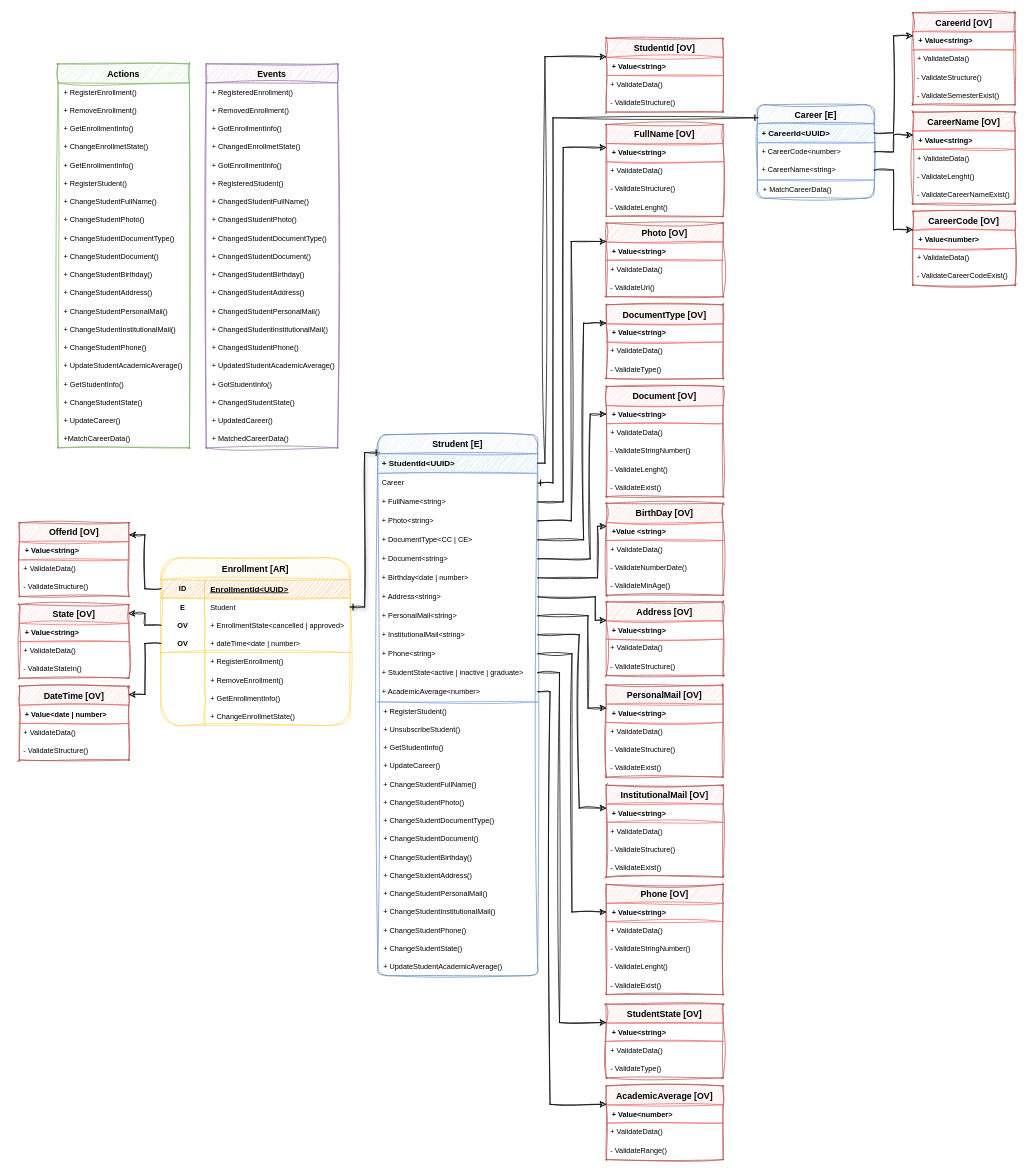
training-practice-sofkau/C1-2023-DDD-Colombia keeps this draw.io diagram as page "Enrollment <AR>" (3 of 5) of DDD University - Sofka.drawio. Above is the earlier version. Source tidied: cells renumbered, new cells numbered last; positions are measured from the earlier drawing's top-left corner, leaving out a move shared by most shapes. Both pictures are drawn from the tidied source at 73%, with x=0, y=0 at pixel (19, 12).
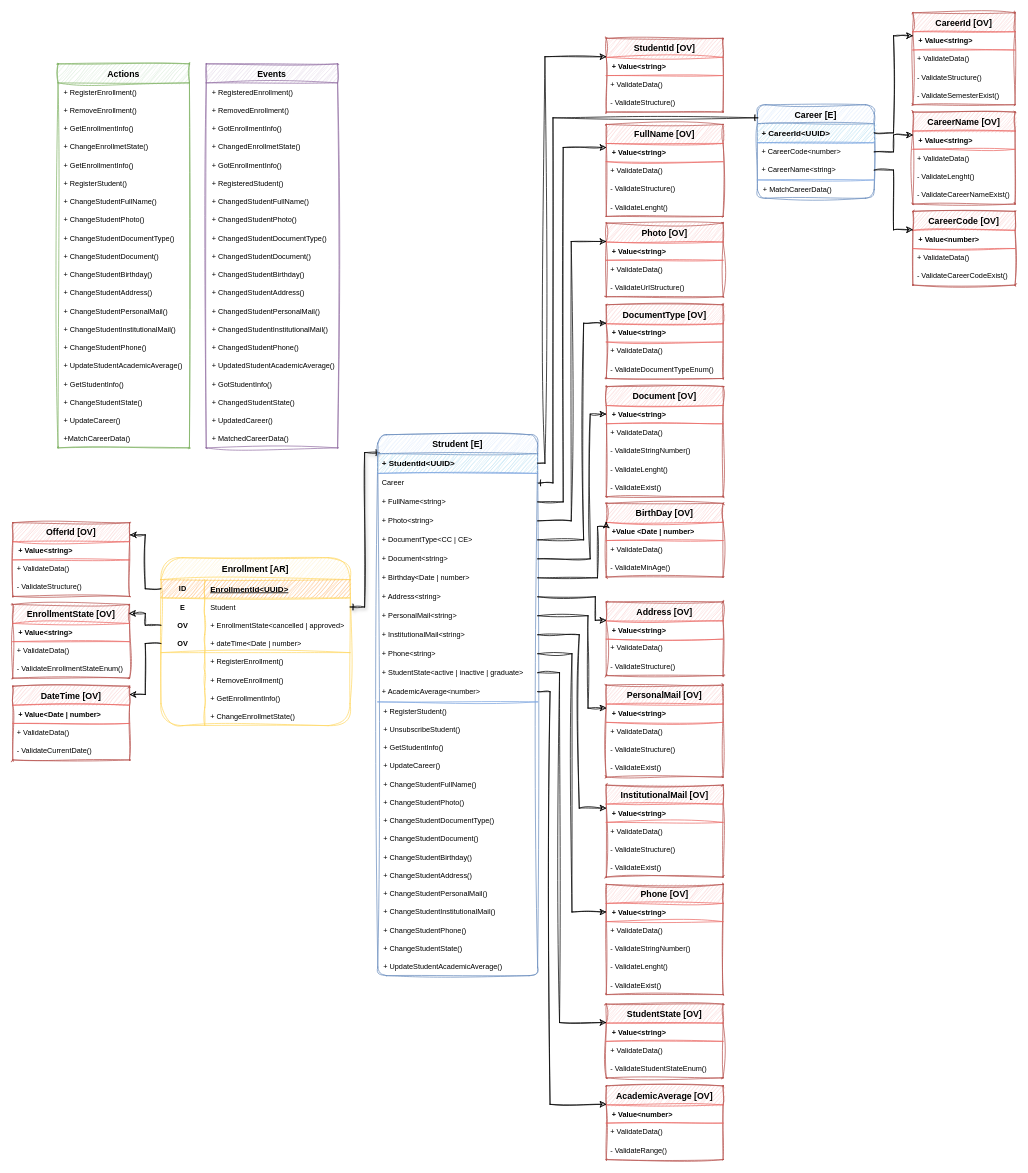
The same diagram, later.

The change refers to these unchanged cells:
```xml
<mxCell id="12" style="shape=tableRow;horizontal=0;startSize=0;swimlaneHead=0;swimlaneBody=0;fillColor=none;points=[[0,0.5],[1,0.5]];portConstraint=eastwest;top=0;left=0;right=0;bottom=1;rounded=0;shadow=0;glass=0;fillStyle=auto;strokeColor=#FFD966;fontSize=10;sketch=1;curveFitting=1;jiggle=2;" parent="2" vertex="1">
  <mxGeometry y="105" width="259" height="25" as="geometry" />
</mxCell>
<mxCell id="112" style="group;" parent="1" vertex="1">
  <mxGeometry x="491" y="35" width="473" height="1536" as="geometry" />
</mxCell>
<mxCell id="113" value="Strudent [E]" style="swimlane;fontStyle=1;horizontal=1;startSize=26;align=center;fontSize=12;rounded=1;shadow=0;glass=0;sketch=1;fillStyle=auto;strokeColor=#6c8ebf;fillColor=#dae8fc;noLabel=0;fixDash=0;swimlaneLine=1;labelBorderColor=none;curveFitting=1;jiggle=2;" parent="112" vertex="1">
  <mxGeometry y="543" width="219" height="741" as="geometry" />
</mxCell>
<mxCell id="159" value="DocumentType [OV]" style="swimlane;fontStyle=1;horizontal=1;startSize=26;align=center;fontSize=12;rounded=1;shadow=0;glass=0;sketch=1;fillStyle=auto;strokeColor=#b85450;fillColor=#f8cecc;arcSize=0;swimlaneLine=0;curveFitting=1;jiggle=2;" parent="112" vertex="1">
  <mxGeometry x="313" y="365" width="160" height="101" as="geometry" />
</mxCell>
<mxCell id="178" value="StudentState [OV]" style="swimlane;fontStyle=1;horizontal=1;startSize=26;align=center;fontSize=12;rounded=1;shadow=0;glass=0;sketch=1;fillStyle=auto;strokeColor=#b85450;fillColor=#f8cecc;arcSize=0;swimlaneLine=0;curveFitting=1;jiggle=2;" parent="112" vertex="1">
  <mxGeometry x="313" y="1323" width="160" height="101" as="geometry" />
</mxCell>
<mxCell id="182" value="Photo [OV]" style="swimlane;fontStyle=1;horizontal=1;startSize=26;align=center;fontSize=12;rounded=1;shadow=0;glass=0;sketch=1;fillStyle=auto;strokeColor=#b85450;fillColor=#f8cecc;arcSize=0;swimlaneLine=0;curveFitting=1;jiggle=2;" parent="112" vertex="1">
  <mxGeometry x="313" y="253" width="160" height="101" as="geometry" />
</mxCell>
```

What changed in the source:
```diff
@@
-    <mxCell id="14" value="+ dateTime&lt;date | number&gt;" style="shape=partialRectangle;fillColor=none;top=0;left=0;bottom=0;right=0;align=left;spacingLeft=6;fontStyle=0;overflow=hidden;rounded=0;shadow=0;glass=0;sketch=1;fillStyle=auto;strokeColor=#FF99CC;fontSize=10;curveFitting=1;jiggle=2;" parent="12" vertex="1">
+    <mxCell id="14" value="+ dateTime&lt;Date | number&gt;" style="shape=partialRectangle;fillColor=none;top=0;left=0;bottom=0;right=0;align=left;spacingLeft=6;fontStyle=0;overflow=hidden;rounded=0;shadow=0;glass=0;sketch=1;fillStyle=auto;strokeColor=#FF99CC;fontSize=10;curveFitting=1;jiggle=2;" parent="12" vertex="1">
       <mxGeometry x="60" width="199" height="25" as="geometry" />
     </mxCell>
@@
     <mxCell id="28" value="OfferId [OV]" style="swimlane;fontStyle=1;horizontal=1;startSize=26;align=center;fontSize=12;rounded=1;shadow=0;glass=0;sketch=1;fillStyle=auto;strokeColor=#b85450;fillColor=#f8cecc;arcSize=0;swimlaneLine=0;curveFitting=1;jiggle=2;" parent="1" vertex="1">
-      <mxGeometry y="698.5" width="150" height="101" as="geometry" />
+      <mxGeometry x="-9" y="698.5" width="160" height="101" as="geometry" />
     </mxCell>
     <mxCell id="29" value="+ Value&lt;string&gt;" style="shape=partialRectangle;fillColor=none;top=1;left=0;bottom=1;right=0;align=left;spacingLeft=6;fontStyle=1;overflow=hidden;rounded=0;shadow=0;glass=0;sketch=1;fillStyle=auto;strokeColor=#EA6B66;fontSize=10;curveFitting=1;jiggle=2;" parent="28" vertex="1">
-      <mxGeometry y="26" width="150" height="25" as="geometry" />
+      <mxGeometry y="26" width="160" height="25" as="geometry" />
     </mxCell>
     <mxCell id="30" value="+ ValidateData()" style="text;strokeColor=none;fillColor=none;spacingLeft=4;spacingRight=4;overflow=hidden;fontSize=10;sketch=1;curveFitting=1;jiggle=2;" parent="28" vertex="1">
-      <mxGeometry y="51" width="150" height="25" as="geometry" />
+      <mxGeometry y="51" width="160" height="25" as="geometry" />
     </mxCell>
     <mxCell id="31" value="- ValidateStructure()" style="text;strokeColor=none;fillColor=none;spacingLeft=4;spacingRight=4;overflow=hidden;fontSize=10;sketch=1;curveFitting=1;jiggle=2;" parent="28" vertex="1">
-      <mxGeometry y="76" width="150" height="25" as="geometry" />
+      <mxGeometry y="76" width="160" height="25" as="geometry" />
     </mxCell>
@@
-    <mxCell id="33" value="State [OV]" style="swimlane;fontStyle=1;horizontal=1;startSize=26;align=center;fontSize=12;rounded=1;shadow=0;glass=0;sketch=1;fillStyle=auto;strokeColor=#b85450;fillColor=#f8cecc;arcSize=0;swimlaneLine=0;curveFitting=1;jiggle=2;" parent="1" vertex="1">
-      <mxGeometry y="810.5" width="150" height="101" as="geometry" />
+    <mxCell id="33" value="EnrollmentState [OV]" style="swimlane;fontStyle=1;horizontal=1;startSize=26;align=center;fontSize=12;rounded=1;shadow=0;glass=0;sketch=1;fillStyle=auto;strokeColor=#b85450;fillColor=#f8cecc;arcSize=0;swimlaneLine=0;curveFitting=1;jiggle=2;" parent="1" vertex="1">
+      <mxGeometry x="-9" y="810.5" width="160" height="101" as="geometry" />
     </mxCell>
     <mxCell id="34" value="+ Value&lt;string&gt;" style="shape=partialRectangle;fillColor=none;top=1;left=0;bottom=1;right=0;align=left;spacingLeft=6;fontStyle=1;overflow=hidden;rounded=0;shadow=0;glass=0;sketch=1;fillStyle=auto;strokeColor=#EA6B66;fontSize=10;curveFitting=1;jiggle=2;" parent="33" vertex="1">
-      <mxGeometry y="26" width="150" height="25" as="geometry" />
+      <mxGeometry y="26" width="160" height="25" as="geometry" />
     </mxCell>
     <mxCell id="35" value="+ ValidateData()" style="text;strokeColor=none;fillColor=none;spacingLeft=4;spacingRight=4;overflow=hidden;fontSize=10;sketch=1;curveFitting=1;jiggle=2;" parent="33" vertex="1">
-      <mxGeometry y="51" width="150" height="25" as="geometry" />
+      <mxGeometry y="51" width="160" height="25" as="geometry" />
     </mxCell>
-    <mxCell id="36" value="- ValidateStateIn()" style="text;strokeColor=none;fillColor=none;spacingLeft=4;spacingRight=4;overflow=hidden;fontSize=10;sketch=1;curveFitting=1;jiggle=2;" parent="33" vertex="1">
-      <mxGeometry y="76" width="150" height="25" as="geometry" />
+    <mxCell id="36" value="- ValidateEnrollmentStateEnum()" style="text;strokeColor=none;fillColor=none;spacingLeft=4;spacingRight=4;overflow=hidden;fontSize=10;sketch=1;curveFitting=1;jiggle=2;" parent="33" vertex="1">
+      <mxGeometry y="76" width="160" height="25" as="geometry" />
     </mxCell>
@@
     <mxCell id="38" value="DateTime [OV]" style="swimlane;fontStyle=1;horizontal=1;startSize=26;align=center;fontSize=12;rounded=1;shadow=0;glass=0;sketch=1;fillStyle=auto;strokeColor=#b85450;fillColor=#f8cecc;arcSize=0;swimlaneLine=0;curveFitting=1;jiggle=2;" parent="1" vertex="1">
-      <mxGeometry y="922.5" width="150" height="101" as="geometry" />
+      <mxGeometry x="-9" y="922.5" width="160" height="101" as="geometry" />
     </mxCell>
-    <mxCell id="39" value="+ Value&lt;date | number&gt;" style="shape=partialRectangle;fillColor=none;top=1;left=0;bottom=1;right=0;align=left;spacingLeft=6;fontStyle=1;overflow=hidden;rounded=0;shadow=0;glass=0;sketch=1;fillStyle=auto;strokeColor=#EA6B66;fontSize=10;curveFitting=1;jiggle=2;" parent="38" vertex="1">
-      <mxGeometry y="26" width="150" height="25" as="geometry" />
+    <mxCell id="39" value="+ Value&lt;Date | number&gt;" style="shape=partialRectangle;fillColor=none;top=1;left=0;bottom=1;right=0;align=left;spacingLeft=6;fontStyle=1;overflow=hidden;rounded=0;shadow=0;glass=0;sketch=1;fillStyle=auto;strokeColor=#EA6B66;fontSize=10;curveFitting=1;jiggle=2;" parent="38" vertex="1">
+      <mxGeometry y="26" width="160" height="25" as="geometry" />
     </mxCell>
     <mxCell id="40" value="+ ValidateData()" style="text;strokeColor=none;fillColor=none;spacingLeft=4;spacingRight=4;overflow=hidden;fontSize=10;sketch=1;curveFitting=1;jiggle=2;" parent="38" vertex="1">
-      <mxGeometry y="51" width="150" height="25" as="geometry" />
+      <mxGeometry y="51" width="160" height="25" as="geometry" />
     </mxCell>
-    <mxCell id="41" value="- ValidateStructure()" style="text;strokeColor=none;fillColor=none;spacingLeft=4;spacingRight=4;overflow=hidden;fontSize=10;sketch=1;curveFitting=1;jiggle=2;" parent="38" vertex="1">
-      <mxGeometry y="76" width="150" height="25" as="geometry" />
+    <mxCell id="41" value="- ValidateCurrentDate()" style="text;strokeColor=none;fillColor=none;spacingLeft=4;spacingRight=4;overflow=hidden;fontSize=10;sketch=1;curveFitting=1;jiggle=2;" parent="38" vertex="1">
+      <mxGeometry y="76" width="160" height="25" as="geometry" />
     </mxCell>
@@
-    <mxCell id="121" value="+ Birthday&lt;date | number&gt;" style="text;strokeColor=none;fillColor=none;align=left;verticalAlign=top;spacingLeft=4;spacingRight=4;overflow=hidden;points=[[0,0.5],[1,0.5]];portConstraint=eastwest;fontSize=10;sketch=1;curveFitting=1;jiggle=2;" parent="113" vertex="1">
+    <mxCell id="121" value="+ Birthday&lt;Date | number&gt;" style="text;strokeColor=none;fillColor=none;align=left;verticalAlign=top;spacingLeft=4;spacingRight=4;overflow=hidden;points=[[0,0.5],[1,0.5]];portConstraint=eastwest;fontSize=10;sketch=1;curveFitting=1;jiggle=2;" parent="113" vertex="1">
       <mxGeometry y="183" width="219" height="26" as="geometry" />
     </mxCell>
@@
-    <mxCell id="162" value="- ValidateType()" style="text;strokeColor=none;fillColor=none;spacingLeft=4;spacingRight=4;overflow=hidden;fontSize=10;sketch=1;curveFitting=1;jiggle=2;" parent="159" vertex="1">
+    <mxCell id="162" value="- ValidateDocumentTypeEnum()" style="text;strokeColor=none;fillColor=none;spacingLeft=4;spacingRight=4;overflow=hidden;fontSize=10;sketch=1;curveFitting=1;jiggle=2;" parent="159" vertex="1">
       <mxGeometry y="76" width="160" height="25" as="geometry" />
     </mxCell>
@@
-    <mxCell id="181" value="- ValidateType()" style="text;strokeColor=none;fillColor=none;spacingLeft=4;spacingRight=4;overflow=hidden;fontSize=10;sketch=1;curveFitting=1;jiggle=2;" parent="178" vertex="1">
+    <mxCell id="181" value="- ValidateStudentStateEnum()" style="text;strokeColor=none;fillColor=none;spacingLeft=4;spacingRight=4;overflow=hidden;fontSize=10;sketch=1;curveFitting=1;jiggle=2;" parent="178" vertex="1">
       <mxGeometry y="76" width="160" height="25" as="geometry" />
     </mxCell>
@@
-    <mxCell id="185" value="- ValidateUrl()" style="text;strokeColor=none;fillColor=none;spacingLeft=4;spacingRight=4;overflow=hidden;fontSize=10;sketch=1;curveFitting=1;jiggle=2;" parent="182" vertex="1">
+    <mxCell id="185" value="- ValidateUrlStructure()" style="text;strokeColor=none;fillColor=none;spacingLeft=4;spacingRight=4;overflow=hidden;fontSize=10;sketch=1;curveFitting=1;jiggle=2;" parent="182" vertex="1">
       <mxGeometry y="76" width="160" height="25" as="geometry" />
     </mxCell>
     <mxCell id="186" value="BirthDay [OV]" style="swimlane;fontStyle=1;horizontal=1;startSize=26;align=center;fontSize=12;rounded=1;shadow=0;glass=0;sketch=1;fillStyle=auto;strokeColor=#b85450;fillColor=#f8cecc;arcSize=0;swimlaneLine=0;curveFitting=1;jiggle=2;" parent="112" vertex="1">
-      <mxGeometry x="313" y="637" width="160" height="126" as="geometry" />
+      <mxGeometry x="313" y="637" width="160" height="101" as="geometry" />
     </mxCell>
-    <mxCell id="187" value="+Value &lt;string&gt;" style="shape=partialRectangle;fillColor=none;top=1;left=0;bottom=1;right=0;align=left;spacingLeft=6;fontStyle=1;overflow=hidden;rounded=0;shadow=0;glass=0;sketch=1;fillStyle=auto;strokeColor=#EA6B66;fontSize=10;curveFitting=1;jiggle=2;" parent="186" vertex="1">
+    <mxCell id="187" value="+Value &lt;Date | number&gt;" style="shape=partialRectangle;fillColor=none;top=1;left=0;bottom=1;right=0;align=left;spacingLeft=6;fontStyle=1;overflow=hidden;rounded=0;shadow=0;glass=0;sketch=1;fillStyle=auto;strokeColor=#EA6B66;fontSize=10;curveFitting=1;jiggle=2;" parent="186" vertex="1">
       <mxGeometry y="26" width="160" height="25" as="geometry" />
     </mxCell>
@@
-    <mxCell id="189" value="- ValidateNumberDate()" style="text;strokeColor=none;fillColor=none;spacingLeft=4;spacingRight=4;overflow=hidden;fontSize=10;sketch=1;curveFitting=1;jiggle=2;" parent="186" vertex="1">
-      <mxGeometry y="76" width="160" height="25" as="geometry" />
-    </mxCell>
     <mxCell id="190" value="- ValidateMinAge()" style="text;strokeColor=none;fillColor=none;spacingLeft=4;spacingRight=4;overflow=hidden;fontSize=10;sketch=1;curveFitting=1;jiggle=2;" parent="186" vertex="1">
-      <mxGeometry y="101" width="160" height="25" as="geometry" />
+      <mxGeometry y="76" width="160" height="25" as="geometry" />
     </mxCell>
```
